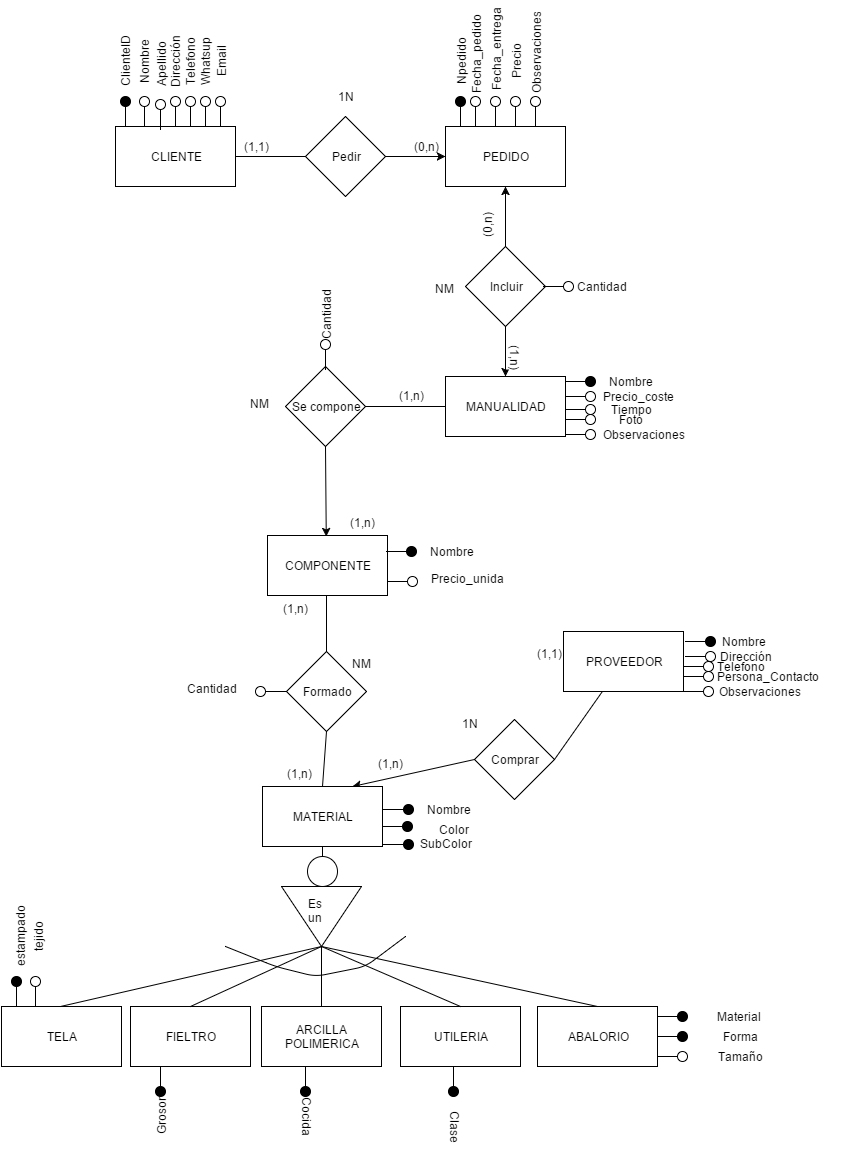
Above: desvan de mika.png in jaborfer/proyectobbdd (draw.io), before the change. Source tidied: cells renumbered, new cells last; positions are measured from the earlier drawing's top-left corner, leaving out a move shared by most shapes.
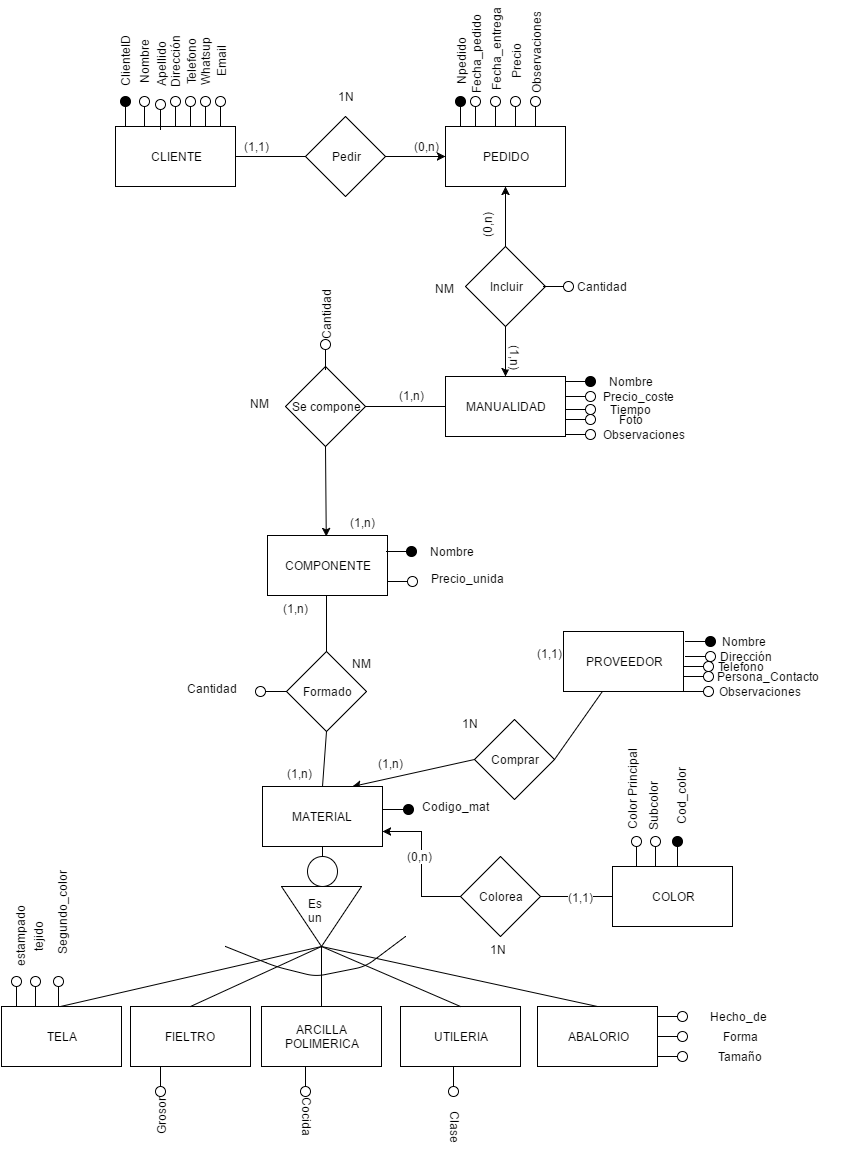
Above is the later version.

The edit, as a diff of the source:
```diff
@@ -318,10 +318,7 @@
     <mxCell id="100" style="shape=lollipop;direction=south;html=1;fillColor=#000000;rotation=0;" parent="1" vertex="1">
       <mxGeometry x="399" y="765" width="30" height="10" as="geometry" />
     </mxCell>
-    <mxCell id="101" value="Nombre" style="text;html=1;strokeColor=none;fillColor=none;align=center;verticalAlign=middle;whiteSpace=wrap;overflow=hidden;rotation=0;" parent="1" vertex="1">
-      <mxGeometry x="429" y="760" width="70" height="20" as="geometry" />
-    </mxCell>
-    <mxCell id="102" style="shape=lollipop;direction=south;html=1;fillColor=#000000;rotation=-90;" parent="1" vertex="1">
+    <mxCell id="102" style="shape=lollipop;direction=south;html=1;fillColor=none;rotation=-90;" parent="1" vertex="1">
       <mxGeometry x="17" y="947" width="30" height="10" as="geometry" />
     </mxCell>
     <mxCell id="103" value="estampado" style="text;html=1;strokeColor=none;fillColor=none;align=center;verticalAlign=middle;whiteSpace=wrap;overflow=hidden;rotation=-90;" parent="1" vertex="1">
@@ -333,25 +330,25 @@
     <mxCell id="105" value="tejido" style="text;html=1;strokeColor=none;fillColor=none;align=center;verticalAlign=middle;whiteSpace=wrap;overflow=hidden;rotation=-90;" parent="1" vertex="1">
       <mxGeometry x="19" y="887" width="70" height="20" as="geometry" />
     </mxCell>
-    <mxCell id="106" style="shape=lollipop;direction=south;html=1;fillColor=#000000;rotation=90;" parent="1" vertex="1">
+    <mxCell id="106" style="shape=lollipop;direction=south;html=1;fillColor=none;rotation=90;" parent="1" vertex="1">
       <mxGeometry x="161" y="1037" width="30" height="10" as="geometry" />
     </mxCell>
     <mxCell id="107" value="Grosor" style="text;html=1;strokeColor=none;fillColor=none;align=center;verticalAlign=middle;whiteSpace=wrap;overflow=hidden;rotation=-90;" parent="1" vertex="1">
       <mxGeometry x="141" y="1057" width="70" height="40" as="geometry" />
     </mxCell>
-    <mxCell id="108" style="shape=lollipop;direction=south;html=1;fillColor=#000000;rotation=90;" parent="1" vertex="1">
+    <mxCell id="108" style="shape=lollipop;direction=south;html=1;fillColor=none;rotation=90;" parent="1" vertex="1">
       <mxGeometry x="306" y="1037" width="30" height="10" as="geometry" />
     </mxCell>
     <mxCell id="109" value="Cocida" style="text;html=1;strokeColor=none;fillColor=none;align=center;verticalAlign=middle;whiteSpace=wrap;overflow=hidden;rotation=90;" parent="1" vertex="1">
       <mxGeometry x="287" y="1067" width="70" height="20" as="geometry" />
     </mxCell>
-    <mxCell id="110" style="shape=lollipop;direction=south;html=1;fillColor=#000000;rotation=0;" parent="1" vertex="1">
+    <mxCell id="110" style="shape=lollipop;direction=south;html=1;fillColor=none;rotation=0;" parent="1" vertex="1">
       <mxGeometry x="673" y="972" width="30" height="10" as="geometry" />
     </mxCell>
-    <mxCell id="111" value="Material" style="text;html=1;strokeColor=none;fillColor=none;align=center;verticalAlign=middle;whiteSpace=wrap;overflow=hidden;rotation=0;" parent="1" vertex="1">
+    <mxCell id="111" value="Hecho_de" style="text;html=1;strokeColor=none;fillColor=none;align=center;verticalAlign=middle;whiteSpace=wrap;overflow=hidden;rotation=0;" parent="1" vertex="1">
       <mxGeometry x="706" y="967" width="95" height="20" as="geometry" />
     </mxCell>
-    <mxCell id="112" style="shape=lollipop;direction=south;html=1;fillColor=#000000;rotation=0;" parent="1" vertex="1">
+    <mxCell id="112" style="shape=lollipop;direction=south;html=1;fillColor=none;rotation=0;" parent="1" vertex="1">
       <mxGeometry x="673" y="992" width="30" height="10" as="geometry" />
     </mxCell>
     <mxCell id="113" value="Forma" style="text;html=1;strokeColor=none;fillColor=none;align=center;verticalAlign=middle;whiteSpace=wrap;overflow=hidden;rotation=0;" parent="1" vertex="1">
@@ -366,6 +363,12 @@
     <mxCell id="116" style="edgeStyle=none;rounded=0;html=1;exitX=0.5;exitY=1;startArrow=none;startFill=0;endArrow=none;endFill=0;jettySize=auto;" parent="1" edge="1" source="117" target="70">
       <mxGeometry relative="1" as="geometry" />
     </mxCell>
+    <mxCell id="133" style="edgeStyle=orthogonalEdgeStyle;rounded=0;html=1;exitX=1;exitY=0.75;entryX=0;entryY=0.5;startArrow=classic;startFill=1;endArrow=none;endFill=0;jettySize=auto;" parent="1" edge="1" source="117" target="139">
+      <mxGeometry relative="1" as="geometry" />
+    </mxCell>
+    <mxCell id="134" value="(0,n)" style="text;html=1;align=center;verticalAlign=middle;labelBackgroundColor=#ffffff;" parent="133" vertex="1">
+      <mxGeometry x="-0.12" y="-2" relative="1" as="geometry" />
+    </mxCell>
     <mxCell id="117" value="MATERIAL" style="whiteSpace=wrap;html=1;" parent="1" vertex="1">
       <mxGeometry x="278" y="747" width="120" height="60" as="geometry" />
     </mxCell>
@@ -384,8 +387,11 @@
     <mxCell id="122" value="NM" style="text;html=1;align=left;verticalAlign=top;spacingTop=-4;" parent="1" vertex="1">
       <mxGeometry x="366" y="617" width="30" height="20" as="geometry" />
     </mxCell>
-    <mxCell id="123" style="edgeStyle=none;rounded=0;html=1;exitX=0.5;exitY=0;entryX=0.5;entryY=0;startArrow=none;startFill=0;endArrow=none;endFill=0;jettySize=auto;orthogonalLoop=1;" parent="1" edge="1" source="101" target="101">
-      <mxGeometry relative="1" as="geometry" />
+    <mxCell id="123" style="edgeStyle=none;rounded=0;html=1;exitX=0.5;exitY=0;entryX=0.5;entryY=0;startArrow=none;startFill=0;endArrow=none;endFill=0;jettySize=auto;orthogonalLoop=1;" parent="1" edge="1">
+      <mxGeometry relative="1" as="geometry">
+        <mxPoint x="464" y="760" as="sourcePoint" />
+        <mxPoint x="464" y="760" as="targetPoint" />
+      </mxGeometry>
     </mxCell>
     <mxCell id="124" value="Nombre" style="text;html=1;strokeColor=none;fillColor=none;align=center;verticalAlign=middle;whiteSpace=wrap;overflow=hidden;rotation=0;" parent="1" vertex="1">
       <mxGeometry x="432" y="502" width="70" height="20" as="geometry" />
@@ -393,19 +399,7 @@
     <mxCell id="125" style="shape=lollipop;direction=south;html=1;fillColor=#000000;rotation=0;" parent="1" vertex="1">
       <mxGeometry x="402" y="507" width="30" height="10" as="geometry" />
     </mxCell>
-    <mxCell id="126" value="SubColor" style="text;html=1;align=left;verticalAlign=top;spacingTop=-4;" parent="1" vertex="1">
-      <mxGeometry x="434" y="797" width="70" height="20" as="geometry" />
-    </mxCell>
-    <mxCell id="127" style="shape=lollipop;direction=south;html=1;fillColor=#000000;" parent="1" vertex="1">
-      <mxGeometry x="399" y="800" width="30" height="10" as="geometry" />
-    </mxCell>
-    <mxCell id="128" value="Color" style="text;html=1;strokeColor=none;fillColor=none;align=center;verticalAlign=middle;whiteSpace=wrap;overflow=hidden;rotation=0;" parent="1" vertex="1">
-      <mxGeometry x="434" y="780" width="70" height="20" as="geometry" />
-    </mxCell>
-    <mxCell id="129" style="shape=lollipop;direction=south;html=1;fillColor=#000000;rotation=0;" parent="1" vertex="1">
-      <mxGeometry x="398" y="782" width="30" height="10" as="geometry" />
-    </mxCell>
-    <mxCell id="130" style="shape=lollipop;direction=south;html=1;fillColor=#000000;rotation=90;" parent="1" vertex="1">
+    <mxCell id="130" style="shape=lollipop;direction=south;html=1;fillColor=none;rotation=90;" parent="1" vertex="1">
       <mxGeometry x="454" y="1037" width="30" height="10" as="geometry" />
     </mxCell>
     <mxCell id="131" value="Clase" style="text;html=1;strokeColor=none;fillColor=none;align=center;verticalAlign=middle;whiteSpace=wrap;overflow=hidden;rotation=90;" parent="1" vertex="1">
@@ -414,5 +408,49 @@
     <mxCell id="132" value="COMPONENTE" style="whiteSpace=wrap;html=1;fillColor=none;" parent="1" vertex="1">
       <mxGeometry x="283" y="496" width="120" height="60" as="geometry" />
     </mxCell>
+    <mxCell id="135" value="Codigo_mat" style="text;html=1;align=left;verticalAlign=top;spacingTop=-4;" parent="1" vertex="1">
+      <mxGeometry x="436" y="760" width="80" height="20" as="geometry" />
+    </mxCell>
+    <mxCell id="136" value="COLOR" style="whiteSpace=wrap;html=1;fillColor=none;" parent="1" vertex="1">
+      <mxGeometry x="628" y="827" width="120" height="60" as="geometry" />
+    </mxCell>
+    <mxCell id="137" style="edgeStyle=orthogonalEdgeStyle;rounded=0;html=1;exitX=1;exitY=0.5;entryX=0;entryY=0.5;startArrow=none;startFill=0;endArrow=none;endFill=0;jettySize=auto;" parent="1" edge="1" source="139" target="136">
+      <mxGeometry relative="1" as="geometry" />
+    </mxCell>
+    <mxCell id="138" value="(1,1)" style="text;html=1;align=center;verticalAlign=middle;labelBackgroundColor=#ffffff;" parent="137" vertex="1">
+      <mxGeometry x="0.11" y="-3" relative="1" as="geometry">
+        <mxPoint y="-3" as="offset" />
+      </mxGeometry>
+    </mxCell>
+    <mxCell id="139" value="Colorea" style="rhombus;whiteSpace=wrap;html=1;fillColor=none;" parent="1" vertex="1">
+      <mxGeometry x="476" y="817" width="80" height="80" as="geometry" />
+    </mxCell>
+    <mxCell id="140" style="shape=lollipop;direction=south;html=1;fillColor=none;rotation=-90;" parent="1" vertex="1">
+      <mxGeometry x="637" y="807" width="30" height="10" as="geometry" />
+    </mxCell>
+    <mxCell id="141" value="Color Principal" style="text;html=1;strokeColor=none;fillColor=none;align=center;verticalAlign=middle;whiteSpace=wrap;overflow=hidden;rotation=-90;" parent="1" vertex="1">
+      <mxGeometry x="592" y="740" width="111" height="20" as="geometry" />
+    </mxCell>
+    <mxCell id="142" style="shape=lollipop;direction=south;html=1;fillColor=none;rotation=-90;" parent="1" vertex="1">
+      <mxGeometry x="656" y="807" width="30" height="10" as="geometry" />
+    </mxCell>
+    <mxCell id="143" value="Subcolor" style="text;html=1;strokeColor=none;fillColor=none;align=center;verticalAlign=middle;whiteSpace=wrap;overflow=hidden;rotation=-90;" parent="1" vertex="1">
+      <mxGeometry x="633" y="757" width="70" height="20" as="geometry" />
+    </mxCell>
+    <mxCell id="144" value="Cod_color" style="text;html=1;strokeColor=none;fillColor=none;align=center;verticalAlign=middle;whiteSpace=wrap;overflow=hidden;rotation=-90;" parent="1" vertex="1">
+      <mxGeometry x="661" y="747" width="70" height="20" as="geometry" />
+    </mxCell>
+    <mxCell id="145" style="shape=lollipop;direction=south;html=1;fillColor=#000000;rotation=-90;" parent="1" vertex="1">
+      <mxGeometry x="678" y="807" width="30" height="10" as="geometry" />
+    </mxCell>
+    <mxCell id="146" style="shape=lollipop;direction=south;html=1;fillColor=none;rotation=-90;" parent="1" vertex="1">
+      <mxGeometry x="59" y="947" width="30" height="10" as="geometry" />
+    </mxCell>
+    <mxCell id="147" value="Segundo_color" style="text;html=1;strokeColor=none;fillColor=none;align=center;verticalAlign=middle;whiteSpace=wrap;overflow=hidden;rotation=-90;" parent="1" vertex="1">
+      <mxGeometry x="18" y="863" width="119" height="20" as="geometry" />
+    </mxCell>
+    <mxCell id="148" value="1N" style="text;html=1;align=left;verticalAlign=top;spacingTop=-4;" parent="1" vertex="1">
+      <mxGeometry x="504" y="903" width="30" height="20" as="geometry" />
+    </mxCell>
   </root>
 </mxGraphModel>
```
